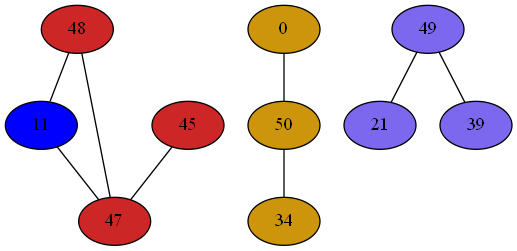
The Graphviz diagram Compiler/18phiGraph.png in mbajaj92/Project-Astoria, before a commit. Its source is kept beside it as Compiler/18phiGraph.dot. Source of this version:
```dot
strict graph {
48[label="48" style=filled fillcolor="firebrick3"];
48 -- 11
48 -- 47
0[label="0" style=filled fillcolor="darkgoldenrod3"];
0 -- 50
49[label="49" style=filled fillcolor="mediumslateblue"];
49 -- 21
49 -- 39
50[label="50" style=filled fillcolor="darkgoldenrod3"];
50 -- 0
50 -- 34
34[label="34" style=filled fillcolor="darkgoldenrod3"];
34 -- 50
21[label="21" style=filled fillcolor="mediumslateblue"];
21 -- 49
39[label="39" style=filled fillcolor="mediumslateblue"];
39 -- 49
11[label="11" style=filled fillcolor="blue1"];
11 -- 48
11 -- 47
45[label="45" style=filled fillcolor="firebrick3"];
45 -- 47
47[label="47" style=filled fillcolor="firebrick3"];
47 -- 48
47 -- 11
47 -- 45
}
```
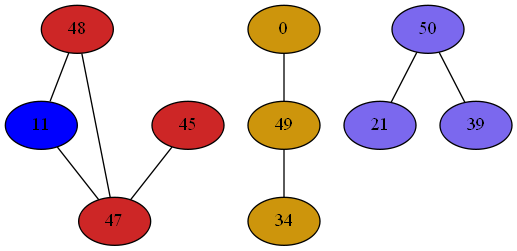
Later version of the same file.

The edit, as a diff of the source:
```diff
@@ -3,19 +3,19 @@
 48 -- 11
 48 -- 47
 0[label="0" style=filled fillcolor="darkgoldenrod3"];
-0 -- 50
-49[label="49" style=filled fillcolor="mediumslateblue"];
-49 -- 21
-49 -- 39
-50[label="50" style=filled fillcolor="darkgoldenrod3"];
-50 -- 0
-50 -- 34
+0 -- 49
+49[label="49" style=filled fillcolor="darkgoldenrod3"];
+49 -- 0
+49 -- 34
 34[label="34" style=filled fillcolor="darkgoldenrod3"];
-34 -- 50
+34 -- 49
+50[label="50" style=filled fillcolor="mediumslateblue"];
+50 -- 21
+50 -- 39
 21[label="21" style=filled fillcolor="mediumslateblue"];
-21 -- 49
+21 -- 50
 39[label="39" style=filled fillcolor="mediumslateblue"];
-39 -- 49
+39 -- 50
 11[label="11" style=filled fillcolor="blue1"];
 11 -- 48
 11 -- 47
```
